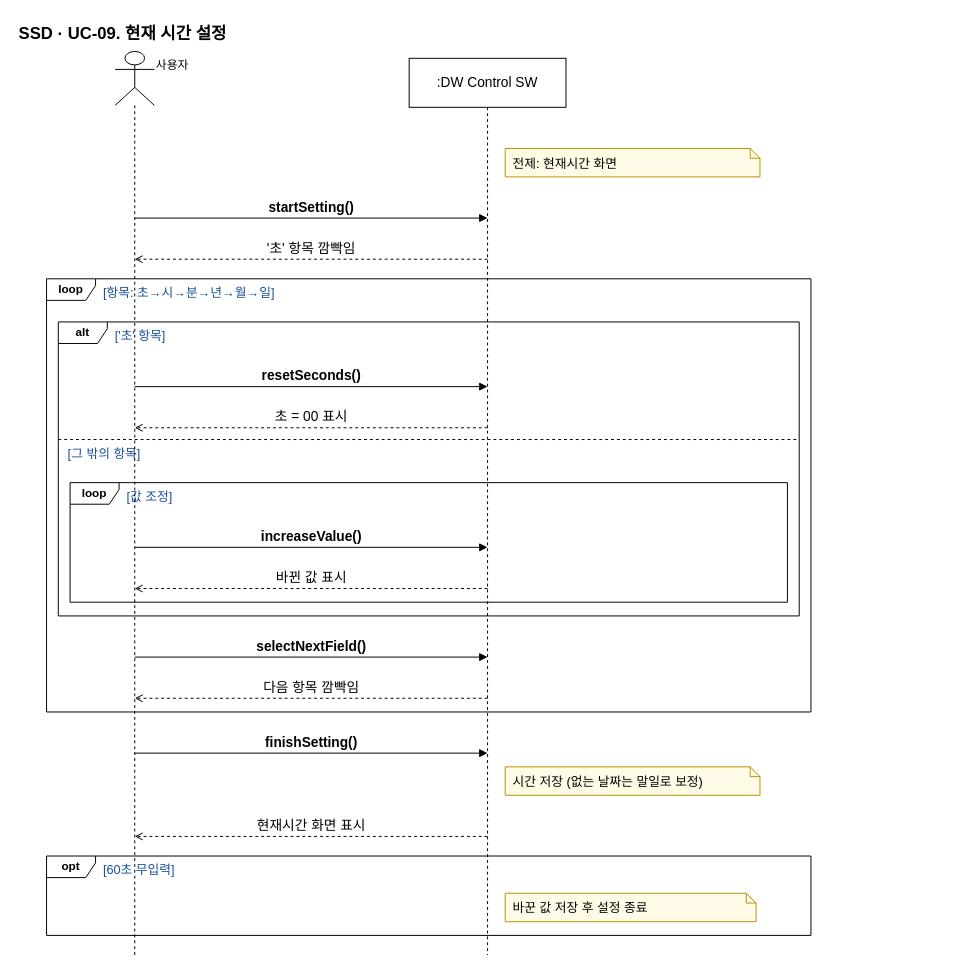
This is page "UC-09" (3 of 12) of docs/OOAD/practice/ssd/DigitalWatch_SSD.drawio from sspring2048/AssoArch, a draw.io file, before an edit. Source tidied: cells renumbered, new cells numbered last; positions are measured from the earlier drawing's top-left corner, leaving out a move shared by most shapes. Both pictures are drawn from the tidied source at 98%, with x=0, y=0 at pixel (17, 17).
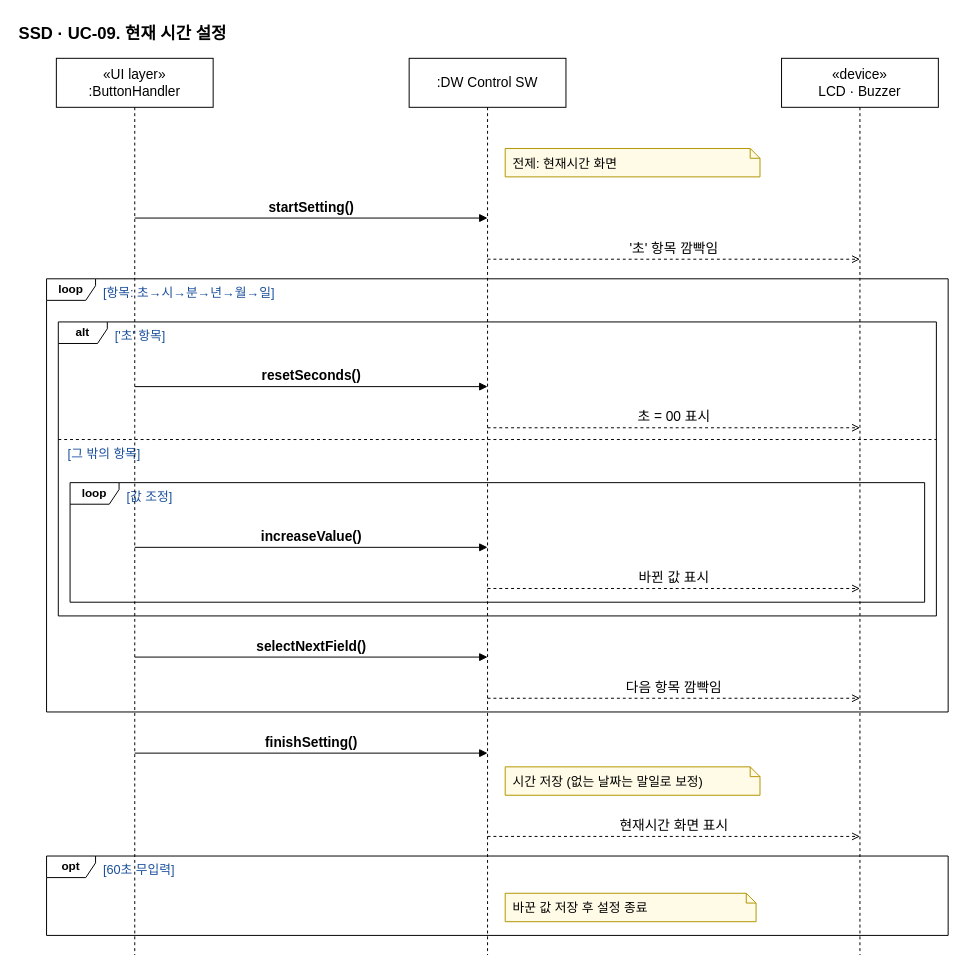
The same page after the edit.

What changed in the source:
```diff
@@
     <mxCell id="3" value="loop" style="shape=umlFrame;whiteSpace=wrap;html=1;width=50;height=22;fontStyle=1;fillColor=none;" parent="1" vertex="1">
-      <mxGeometry x="54" y="475" width="732" height="122" as="geometry" />
+      <mxGeometry x="54" y="475" width="872" height="122" as="geometry" />
     </mxCell>
     <mxCell id="4" value="[값 조정]" style="text;fontSize=13;fontColor=#1a4f9c;align=left;" parent="1" vertex="1">
-      <mxGeometry x="110" y="475" width="666" height="22" as="geometry" />
+      <mxGeometry x="110" y="475" width="806" height="22" as="geometry" />
     </mxCell>
     <mxCell id="5" value="alt" style="shape=umlFrame;whiteSpace=wrap;html=1;width=50;height=22;fontStyle=1;fillColor=none;" parent="1" vertex="1">
-      <mxGeometry x="42" y="311" width="756" height="300" as="geometry" />
+      <mxGeometry x="42" y="311" width="896" height="300" as="geometry" />
     </mxCell>
     <mxCell id="6" value="['초' 항목]" style="text;fontSize=13;fontColor=#1a4f9c;align=left;" parent="1" vertex="1">
-      <mxGeometry x="98" y="311" width="690" height="22" as="geometry" />
+      <mxGeometry x="98" y="311" width="830" height="22" as="geometry" />
     </mxCell>
     <mxCell id="7" style="endArrow=none;dashed=1;html=1;" parent="1" edge="1">
       <mxGeometry relative="1" as="geometry">
         <mxPoint x="42" y="431" as="sourcePoint" />
-        <mxPoint x="798" y="431" as="targetPoint" />
+        <mxPoint x="938" y="431" as="targetPoint" />
       </mxGeometry>
     </mxCell>
     <mxCell id="8" value="[그 밖의 항목]" style="text;fontSize=13;fontColor=#1a4f9c;align=left;" parent="1" vertex="1">
-      <mxGeometry x="50" y="431" width="738" height="22" as="geometry" />
+      <mxGeometry x="50" y="431" width="878" height="22" as="geometry" />
     </mxCell>
     <mxCell id="9" value="loop" style="shape=umlFrame;whiteSpace=wrap;html=1;width=50;height=22;fontStyle=1;fillColor=none;" parent="1" vertex="1">
-      <mxGeometry x="30" y="267" width="780" height="442" as="geometry" />
+      <mxGeometry x="30" y="267" width="920" height="442" as="geometry" />
     </mxCell>
     <mxCell id="10" value="[항목: 초→시→분→년→월→일]" style="text;fontSize=13;fontColor=#1a4f9c;align=left;" parent="1" vertex="1">
-      <mxGeometry x="86" y="267" width="714" height="22" as="geometry" />
+      <mxGeometry x="86" y="267" width="854" height="22" as="geometry" />
     </mxCell>
     <mxCell id="11" value="opt" style="shape=umlFrame;whiteSpace=wrap;html=1;width=50;height=22;fontStyle=1;fillColor=none;" parent="1" vertex="1">
-      <mxGeometry x="30" y="856" width="780" height="81" as="geometry" />
+      <mxGeometry x="30" y="856" width="920" height="81" as="geometry" />
     </mxCell>
     <mxCell id="12" value="[60초 무입력]" style="text;fontSize=13;fontColor=#1a4f9c;align=left;" parent="1" vertex="1">
-      <mxGeometry x="86" y="856" width="714" height="22" as="geometry" />
+      <mxGeometry x="86" y="856" width="854" height="22" as="geometry" />
     </mxCell>
-    <mxCell id="13" value="사용자" style="shape=umlLifeline;participant=umlActor;perimeter=lifelinePerimeter;html=1;size=55;verticalAlign=top;labelPosition=right;align=left;" parent="1" vertex="1">
-      <mxGeometry x="100" y="35" width="40" height="922" as="geometry" />
+    <mxCell id="13" value="«UI layer»&lt;br&gt;:ButtonHandler" style="shape=umlLifeline;perimeter=lifelinePerimeter;whiteSpace=wrap;html=1;size=50;fontSize=14;" parent="1" vertex="1">
+      <mxGeometry x="40" y="42" width="160" height="915" as="geometry" />
     </mxCell>
@@
-    <mxCell id="15" value="전제: 현재시간 화면" style="shape=note;size=10;whiteSpace=wrap;html=1;align=left;spacingLeft=6;fontSize=13;fillColor=#fffbe6;strokeColor=#b39500;" parent="1" vertex="1">
-      <mxGeometry x="498" y="134" width="260" height="29" as="geometry" />
+    <mxCell id="15" value="«device»&lt;br&gt;LCD · Buzzer" style="shape=umlLifeline;perimeter=lifelinePerimeter;whiteSpace=wrap;html=1;size=50;fontSize=14;" parent="1" vertex="1">
+      <mxGeometry x="780" y="42" width="160" height="915" as="geometry" />
     </mxCell>
-    <mxCell id="16" value="startSetting()" style="html=1;verticalAlign=bottom;fontSize=14;endArrow=block;endFill=1;fontStyle=1;" parent="1" edge="1">
-      <mxGeometry relative="1" as="geometry">
-        <mxPoint x="120" y="205" as="sourcePoint" />
-        <mxPoint x="480" y="205" as="targetPoint" />
-      </mxGeometry>
+    <mxCell id="16" value="전제: 현재시간 화면" style="shape=note;size=10;whiteSpace=wrap;html=1;align=left;spacingLeft=6;fontSize=13;fillColor=#fffbe6;strokeColor=#b39500;" parent="1" vertex="1">
+      <mxGeometry x="498" y="134" width="260" height="29" as="geometry" />
     </mxCell>
-    <mxCell id="17" value="'초' 항목 깜빡임" style="html=1;verticalAlign=bottom;fontSize=14;endArrow=open;dashed=1;" parent="1" edge="1">
+    <mxCell id="17" value="startSetting()" style="html=1;verticalAlign=bottom;fontSize=14;endArrow=block;endFill=1;fontStyle=1;" parent="1" edge="1">
       <mxGeometry relative="1" as="geometry">
-        <mxPoint x="480" y="247" as="sourcePoint" />
-        <mxPoint x="120" y="247" as="targetPoint" />
+        <mxPoint x="120" y="205" as="sourcePoint" />
+        <mxPoint x="480" y="205" as="targetPoint" />
       </mxGeometry>
     </mxCell>
-    <mxCell id="18" value="resetSeconds()" style="html=1;verticalAlign=bottom;fontSize=14;endArrow=block;endFill=1;fontStyle=1;" parent="1" edge="1">
+    <mxCell id="18" value="'초' 항목 깜빡임" style="html=1;verticalAlign=bottom;fontSize=14;endArrow=open;dashed=1;" parent="1" edge="1">
       <mxGeometry relative="1" as="geometry">
-        <mxPoint x="120" y="377" as="sourcePoint" />
-        <mxPoint x="480" y="377" as="targetPoint" />
+        <mxPoint x="480" y="247" as="sourcePoint" />
+        <mxPoint x="860" y="247" as="targetPoint" />
       </mxGeometry>
     </mxCell>
-    <mxCell id="19" value="초 = 00 표시" style="html=1;verticalAlign=bottom;fontSize=14;endArrow=open;dashed=1;" parent="1" edge="1">
+    <mxCell id="19" value="resetSeconds()" style="html=1;verticalAlign=bottom;fontSize=14;endArrow=block;endFill=1;fontStyle=1;" parent="1" edge="1">
       <mxGeometry relative="1" as="geometry">
-        <mxPoint x="480" y="419" as="sourcePoint" />
-        <mxPoint x="120" y="419" as="targetPoint" />
+        <mxPoint x="120" y="377" as="sourcePoint" />
+        <mxPoint x="480" y="377" as="targetPoint" />
       </mxGeometry>
     </mxCell>
-    <mxCell id="20" value="increaseValue()" style="html=1;verticalAlign=bottom;fontSize=14;endArrow=block;endFill=1;fontStyle=1;" parent="1" edge="1">
+    <mxCell id="20" value="초 = 00 표시" style="html=1;verticalAlign=bottom;fontSize=14;endArrow=open;dashed=1;" parent="1" edge="1">
       <mxGeometry relative="1" as="geometry">
-        <mxPoint x="120" y="541" as="sourcePoint" />
-        <mxPoint x="480" y="541" as="targetPoint" />
+        <mxPoint x="480" y="419" as="sourcePoint" />
+        <mxPoint x="860" y="419" as="targetPoint" />
       </mxGeometry>
     </mxCell>
-    <mxCell id="21" value="바뀐 값 표시" style="html=1;verticalAlign=bottom;fontSize=14;endArrow=open;dashed=1;" parent="1" edge="1">
+    <mxCell id="21" value="increaseValue()" style="html=1;verticalAlign=bottom;fontSize=14;endArrow=block;endFill=1;fontStyle=1;" parent="1" edge="1">
       <mxGeometry relative="1" as="geometry">
-        <mxPoint x="480" y="583" as="sourcePoint" />
-        <mxPoint x="120" y="583" as="targetPoint" />
+        <mxPoint x="120" y="541" as="sourcePoint" />
+        <mxPoint x="480" y="541" as="targetPoint" />
       </mxGeometry>
     </mxCell>
-    <mxCell id="22" value="selectNextField()" style="html=1;verticalAlign=bottom;fontSize=14;endArrow=block;endFill=1;fontStyle=1;" parent="1" edge="1">
+    <mxCell id="22" value="바뀐 값 표시" style="html=1;verticalAlign=bottom;fontSize=14;endArrow=open;dashed=1;" parent="1" edge="1">
       <mxGeometry relative="1" as="geometry">
-        <mxPoint x="120" y="653" as="sourcePoint" />
-        <mxPoint x="480" y="653" as="targetPoint" />
+        <mxPoint x="480" y="583" as="sourcePoint" />
+        <mxPoint x="860" y="583" as="targetPoint" />
       </mxGeometry>
     </mxCell>
-    <mxCell id="23" value="다음 항목 깜빡임" style="html=1;verticalAlign=bottom;fontSize=14;endArrow=open;dashed=1;" parent="1" edge="1">
+    <mxCell id="23" value="selectNextField()" style="html=1;verticalAlign=bottom;fontSize=14;endArrow=block;endFill=1;fontStyle=1;" parent="1" edge="1">
       <mxGeometry relative="1" as="geometry">
-        <mxPoint x="480" y="695" as="sourcePoint" />
-        <mxPoint x="120" y="695" as="targetPoint" />
+        <mxPoint x="120" y="653" as="sourcePoint" />
+        <mxPoint x="480" y="653" as="targetPoint" />
       </mxGeometry>
     </mxCell>
-    <mxCell id="24" value="finishSetting()" style="html=1;verticalAlign=bottom;fontSize=14;endArrow=block;endFill=1;fontStyle=1;" parent="1" edge="1">
+    <mxCell id="24" value="다음 항목 깜빡임" style="html=1;verticalAlign=bottom;fontSize=14;endArrow=open;dashed=1;" parent="1" edge="1">
       <mxGeometry relative="1" as="geometry">
-        <mxPoint x="120" y="751" as="sourcePoint" />
-        <mxPoint x="480" y="751" as="targetPoint" />
+        <mxPoint x="480" y="695" as="sourcePoint" />
+        <mxPoint x="860" y="695" as="targetPoint" />
       </mxGeometry>
     </mxCell>
-    <mxCell id="25" value="시간 저장 (없는 날짜는 말일로 보정)" style="shape=note;size=10;whiteSpace=wrap;html=1;align=left;spacingLeft=6;fontSize=13;fillColor=#fffbe6;strokeColor=#b39500;" parent="1" vertex="1">
-      <mxGeometry x="498" y="765" width="260" height="29" as="geometry" />
+    <mxCell id="25" value="finishSetting()" style="html=1;verticalAlign=bottom;fontSize=14;endArrow=block;endFill=1;fontStyle=1;" parent="1" edge="1">
+      <mxGeometry relative="1" as="geometry">
+        <mxPoint x="120" y="751" as="sourcePoint" />
+        <mxPoint x="480" y="751" as="targetPoint" />
+      </mxGeometry>
     </mxCell>
-    <mxCell id="26" value="현재시간 화면 표시" style="html=1;verticalAlign=bottom;fontSize=14;endArrow=open;dashed=1;" parent="1" edge="1">
-      <mxGeometry relative="1" as="geometry">
-        <mxPoint x="480" y="836" as="sourcePoint" />
-        <mxPoint x="120" y="836" as="targetPoint" />
-      </mxGeometry>
+    <mxCell id="26" value="시간 저장 (없는 날짜는 말일로 보정)" style="shape=note;size=10;whiteSpace=wrap;html=1;align=left;spacingLeft=6;fontSize=13;fillColor=#fffbe6;strokeColor=#b39500;" parent="1" vertex="1">
+      <mxGeometry x="498" y="765" width="260" height="29" as="geometry" />
     </mxCell>
-    <mxCell id="27" value="바꾼 값 저장 후 설정 종료" style="shape=note;size=10;whiteSpace=wrap;html=1;align=left;spacingLeft=6;fontSize=13;fillColor=#fffbe6;strokeColor=#b39500;" parent="1" vertex="1">
-      <mxGeometry x="498" y="894" width="256" height="29" as="geometry" />
+    <mxCell id="27" value="현재시간 화면 표시" style="html=1;verticalAlign=bottom;fontSize=14;endArrow=open;dashed=1;" parent="1" edge="1">
+      <mxGeometry relative="1" as="geometry">
+        <mxPoint x="480" y="836" as="sourcePoint" />
+        <mxPoint x="860" y="836" as="targetPoint" />
+      </mxGeometry>
     </mxCell>
+    <mxCell id="28" value="바꾼 값 저장 후 설정 종료" style="shape=note;size=10;whiteSpace=wrap;html=1;align=left;spacingLeft=6;fontSize=13;fillColor=#fffbe6;strokeColor=#b39500;" parent="1" vertex="1">
+      <mxGeometry x="498" y="894" width="256" height="29" as="geometry" />
+    </mxCell>
```
